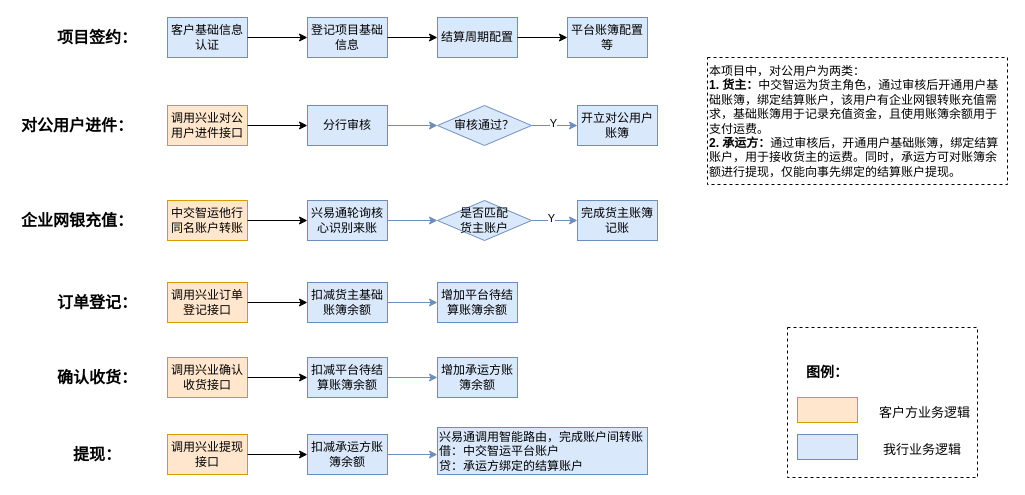
Earlier version of the draw.io diagram 中交.drawio (linkun199011/draw-io). Source tidied: cells renumbered, new cells numbered last; positions are measured from the earlier drawing's top-left corner, leaving out a move shared by most shapes. Both pictures are drawn from the tidied source at 100%, with x=0, y=0 at pixel (17, 17).
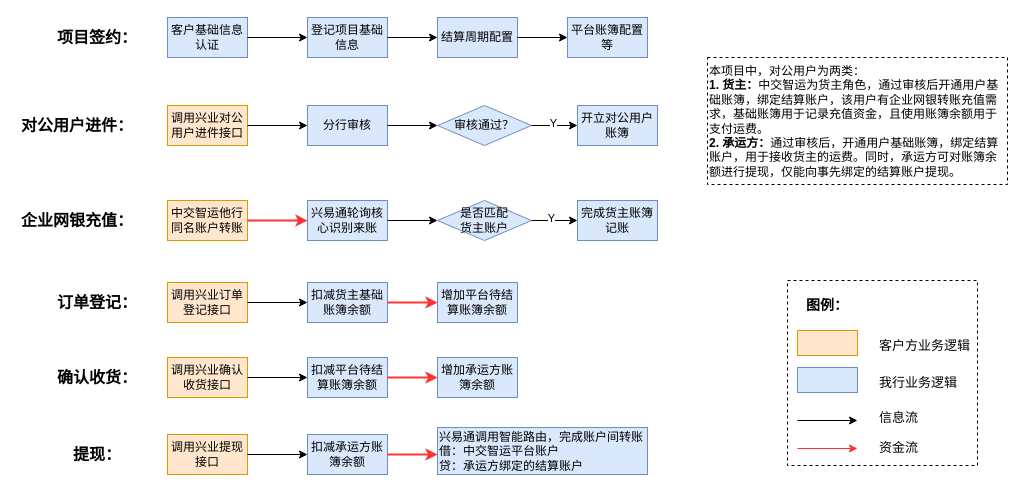
After the change.

Unchanged cells that the change refers to:
```xml
<mxCell id="3" value="分行审核" style="rounded=0;whiteSpace=wrap;html=1;fillColor=#dae8fc;strokeColor=#6c8ebf;" parent="1" vertex="1">
  <mxGeometry x="290" y="88" width="80" height="40" as="geometry" />
</mxCell>
<mxCell id="4" value="审核通过？" style="rhombus;whiteSpace=wrap;html=1;fillColor=#dae8fc;strokeColor=#6c8ebf;" parent="1" vertex="1">
  <mxGeometry x="420" y="88" width="94" height="40" as="geometry" />
</mxCell>
<mxCell id="7" value="开立对公用户&lt;br&gt;账簿" style="rounded=0;whiteSpace=wrap;html=1;fillColor=#dae8fc;strokeColor=#6c8ebf;" parent="1" vertex="1">
  <mxGeometry x="560" y="88" width="80" height="40" as="geometry" />
</mxCell>
<mxCell id="20" value="中交智运他行同名账户转账" style="rounded=0;whiteSpace=wrap;html=1;fillColor=#ffe6cc;strokeColor=#d79b00;" parent="1" vertex="1">
  <mxGeometry x="150" y="183" width="80" height="40" as="geometry" />
</mxCell>
<mxCell id="21" value="兴易通轮询核心识别来账" style="rounded=0;whiteSpace=wrap;html=1;fillColor=#dae8fc;strokeColor=#6c8ebf;" parent="1" vertex="1">
  <mxGeometry x="290" y="183" width="80" height="40" as="geometry" />
</mxCell>
<mxCell id="22" value="是否匹配&lt;br&gt;货主账户" style="rhombus;whiteSpace=wrap;html=1;fillColor=#dae8fc;strokeColor=#6c8ebf;" parent="1" vertex="1">
  <mxGeometry x="420" y="183" width="94" height="40" as="geometry" />
</mxCell>
<mxCell id="25" value="完成货主账簿记账" style="rounded=0;whiteSpace=wrap;html=1;fillColor=#dae8fc;strokeColor=#6c8ebf;" parent="1" vertex="1">
  <mxGeometry x="560" y="183" width="80" height="40" as="geometry" />
</mxCell>
<mxCell id="30" value="扣减货主基础账簿余额" style="rounded=0;whiteSpace=wrap;html=1;fillColor=#dae8fc;strokeColor=#6c8ebf;" parent="1" vertex="1">
  <mxGeometry x="290" y="265" width="80" height="40" as="geometry" />
</mxCell>
<mxCell id="36" value="扣减平台待结算账簿余额" style="rounded=0;whiteSpace=wrap;html=1;fillColor=#dae8fc;strokeColor=#6c8ebf;" parent="1" vertex="1">
  <mxGeometry x="290" y="340" width="80" height="40" as="geometry" />
</mxCell>
<mxCell id="42" value="扣减承运方账簿余额" style="rounded=0;whiteSpace=wrap;html=1;fillColor=#dae8fc;strokeColor=#6c8ebf;" parent="1" vertex="1">
  <mxGeometry x="290" y="417" width="80" height="40" as="geometry" />
</mxCell>
```

What changed in the source:
```diff
@@
-    <mxCell id="6" style="endArrow=classic;html=1;rounded=0;entryX=0;entryY=0.5;entryDx=0;entryDy=0;exitX=1;exitY=0.5;exitDx=0;exitDy=0;fillColor=#dae8fc;strokeColor=#6c8ebf;" parent="1" edge="1" source="3" target="4">
+    <mxCell id="6" style="endArrow=classic;html=1;rounded=0;entryX=0;entryY=0.5;entryDx=0;entryDy=0;exitX=1;exitY=0.5;exitDx=0;exitDy=0;fillColor=#dae8fc;strokeColor=#000000;" parent="1" edge="1" source="3" target="4">
       <mxGeometry relative="1" as="geometry" />
     </mxCell>
@@
-    <mxCell id="8" style="endArrow=classic;html=1;rounded=0;exitX=1;exitY=0.5;exitDx=0;exitDy=0;entryX=0;entryY=0.5;entryDx=0;entryDy=0;fillColor=#dae8fc;strokeColor=#6c8ebf;" parent="1" edge="1" source="4" target="7">
+    <mxCell id="8" style="endArrow=classic;html=1;rounded=0;exitX=1;exitY=0.5;exitDx=0;exitDy=0;entryX=0;entryY=0.5;entryDx=0;entryDy=0;fillColor=#dae8fc;strokeColor=#000000;" parent="1" edge="1" source="4" target="7">
       <mxGeometry relative="1" as="geometry" />
     </mxCell>
@@
-    <mxCell id="23" style="endArrow=classic;html=1;rounded=0;exitX=1;exitY=0.5;exitDx=0;exitDy=0;entryX=0;entryY=0.5;entryDx=0;entryDy=0;" parent="1" edge="1" source="20" target="21">
+    <mxCell id="23" style="endArrow=classic;html=1;rounded=0;exitX=1;exitY=0.5;exitDx=0;exitDy=0;entryX=0;entryY=0.5;entryDx=0;entryDy=0;strokeColor=#FF3333;strokeWidth=2;" parent="1" edge="1" source="20" target="21">
       <mxGeometry relative="1" as="geometry" />
     </mxCell>
-    <mxCell id="24" style="endArrow=classic;html=1;rounded=0;entryX=0;entryY=0.5;entryDx=0;entryDy=0;exitX=1;exitY=0.5;exitDx=0;exitDy=0;fillColor=#dae8fc;strokeColor=#6c8ebf;" parent="1" edge="1" source="21" target="22">
+    <mxCell id="24" style="endArrow=classic;html=1;rounded=0;entryX=0;entryY=0.5;entryDx=0;entryDy=0;exitX=1;exitY=0.5;exitDx=0;exitDy=0;fillColor=#dae8fc;strokeColor=#000000;" parent="1" edge="1" source="21" target="22">
       <mxGeometry relative="1" as="geometry" />
     </mxCell>
@@
-    <mxCell id="26" style="endArrow=classic;html=1;rounded=0;exitX=1;exitY=0.5;exitDx=0;exitDy=0;entryX=0;entryY=0.5;entryDx=0;entryDy=0;fillColor=#dae8fc;strokeColor=#6c8ebf;" parent="1" edge="1" source="22" target="25">
+    <mxCell id="26" style="endArrow=classic;html=1;rounded=0;exitX=1;exitY=0.5;exitDx=0;exitDy=0;entryX=0;entryY=0.5;entryDx=0;entryDy=0;fillColor=#dae8fc;strokeColor=#000000;" parent="1" edge="1" source="22" target="25">
       <mxGeometry relative="1" as="geometry" />
     </mxCell>
@@
-    <mxCell id="32" style="endArrow=classic;html=1;rounded=0;entryX=0;entryY=0.5;entryDx=0;entryDy=0;exitX=1;exitY=0.5;exitDx=0;exitDy=0;fillColor=#dae8fc;strokeColor=#6c8ebf;" parent="1" edge="1" source="30">
+    <mxCell id="32" style="endArrow=classic;html=1;rounded=0;entryX=0;entryY=0.5;entryDx=0;entryDy=0;exitX=1;exitY=0.5;exitDx=0;exitDy=0;fillColor=#dae8fc;strokeColor=#FF3333;strokeWidth=2;" parent="1" edge="1" source="30">
       <mxGeometry relative="1" as="geometry">
         <mxPoint x="420" y="285" as="targetPoint" />
       </mxGeometry>
     </mxCell>
@@
-    <mxCell id="38" style="endArrow=classic;html=1;rounded=0;entryX=0;entryY=0.5;entryDx=0;entryDy=0;exitX=1;exitY=0.5;exitDx=0;exitDy=0;fillColor=#dae8fc;strokeColor=#6c8ebf;" parent="1" edge="1" source="36">
+    <mxCell id="38" style="endArrow=classic;html=1;rounded=0;entryX=0;entryY=0.5;entryDx=0;entryDy=0;exitX=1;exitY=0.5;exitDx=0;exitDy=0;fillColor=#dae8fc;strokeColor=#FF3333;strokeWidth=2;" parent="1" edge="1" source="36">
       <mxGeometry relative="1" as="geometry">
         <mxPoint x="420" y="360" as="targetPoint" />
       </mxGeometry>
     </mxCell>
@@
-    <mxCell id="44" style="endArrow=classic;html=1;rounded=0;entryX=0;entryY=0.5;entryDx=0;entryDy=0;exitX=1;exitY=0.5;exitDx=0;exitDy=0;fillColor=#dae8fc;strokeColor=#6c8ebf;" parent="1" edge="1" source="42">
+    <mxCell id="44" style="endArrow=classic;html=1;rounded=0;entryX=0;entryY=0.5;entryDx=0;entryDy=0;exitX=1;exitY=0.5;exitDx=0;exitDy=0;fillColor=#dae8fc;strokeColor=#FF3333;strokeWidth=2;" parent="1" edge="1" source="42">
       <mxGeometry relative="1" as="geometry">
         <mxPoint x="420" y="437" as="targetPoint" />
       </mxGeometry>
     </mxCell>
@@
     <mxCell id="47" style="rounded=0;whiteSpace=wrap;html=1;fillColor=#ffe6cc;strokeColor=#d79b00;" parent="1" vertex="1">
-      <mxGeometry x="780" y="380" width="60" height="25" as="geometry" />
+      <mxGeometry x="780" y="313" width="60" height="25" as="geometry" />
     </mxCell>
     <mxCell id="48" value="图例：" style="text;html=1;strokeColor=none;fillColor=none;align=center;verticalAlign=middle;whiteSpace=wrap;rounded=0;fontStyle=1;fontSize=14;" parent="1" vertex="1">
-      <mxGeometry x="780" y="340" width="60" height="30" as="geometry" />
+      <mxGeometry x="780" y="273" width="60" height="30" as="geometry" />
     </mxCell>
     <mxCell id="49" value="客户方业务逻辑" style="text;html=1;strokeColor=none;fillColor=none;align=left;verticalAlign=middle;whiteSpace=wrap;rounded=0;fontStyle=0;fontSize=13;" parent="1" vertex="1">
-      <mxGeometry x="860" y="380" width="100" height="30" as="geometry" />
+      <mxGeometry x="860" y="313" width="100" height="30" as="geometry" />
     </mxCell>
     <mxCell id="50" style="rounded=0;whiteSpace=wrap;html=1;fillColor=#dae8fc;strokeColor=#6c8ebf;" parent="1" vertex="1">
-      <mxGeometry x="780" y="417" width="60" height="25" as="geometry" />
+      <mxGeometry x="780" y="350" width="60" height="25" as="geometry" />
     </mxCell>
-    <mxCell id="51" value="我行业务逻辑" style="text;html=1;strokeColor=none;fillColor=none;align=center;verticalAlign=middle;whiteSpace=wrap;rounded=0;fontStyle=0;fontSize=13;" parent="1" vertex="1">
-      <mxGeometry x="860" y="417" width="90" height="30" as="geometry" />
+    <mxCell id="51" value="我行业务逻辑" style="text;html=1;strokeColor=none;fillColor=none;align=left;verticalAlign=middle;whiteSpace=wrap;rounded=0;fontStyle=0;fontSize=13;" parent="1" vertex="1">
+      <mxGeometry x="860" y="350" width="90" height="30" as="geometry" />
     </mxCell>
     <mxCell id="52" style="text;html=1;strokeColor=default;fillColor=none;align=center;verticalAlign=middle;whiteSpace=wrap;rounded=0;dashed=1;" parent="1" vertex="1">
-      <mxGeometry x="770" y="310" width="190" height="150" as="geometry" />
+      <mxGeometry x="770" y="263" width="190" height="185" as="geometry" />
     </mxCell>
+    <mxCell id="53" style="endArrow=classic;html=1;rounded=0;exitX=1;exitY=0.5;exitDx=0;exitDy=0;entryX=0;entryY=0.5;entryDx=0;entryDy=0;" parent="1" edge="1">
+      <mxGeometry relative="1" as="geometry">
+        <mxPoint x="780" y="403" as="sourcePoint" />
+        <mxPoint x="840" y="403" as="targetPoint" />
+      </mxGeometry>
+    </mxCell>
+    <mxCell id="54" style="endArrow=classic;html=1;rounded=0;exitX=1;exitY=0.5;exitDx=0;exitDy=0;entryX=0;entryY=0.5;entryDx=0;entryDy=0;strokeColor=#FF3333;" parent="1" edge="1">
+      <mxGeometry relative="1" as="geometry">
+        <mxPoint x="780" y="431" as="sourcePoint" />
+        <mxPoint x="840" y="431" as="targetPoint" />
+      </mxGeometry>
+    </mxCell>
+    <mxCell id="55" value="信息流" style="text;html=1;strokeColor=none;fillColor=none;align=left;verticalAlign=middle;whiteSpace=wrap;rounded=0;fontStyle=0;fontSize=13;" parent="1" vertex="1">
+      <mxGeometry x="860" y="385" width="90" height="30" as="geometry" />
+    </mxCell>
+    <mxCell id="56" value="资金流" style="text;html=1;strokeColor=none;fillColor=none;align=left;verticalAlign=middle;whiteSpace=wrap;rounded=0;fontStyle=0;fontSize=13;" parent="1" vertex="1">
+      <mxGeometry x="860" y="415" width="90" height="30" as="geometry" />
+    </mxCell>
```
